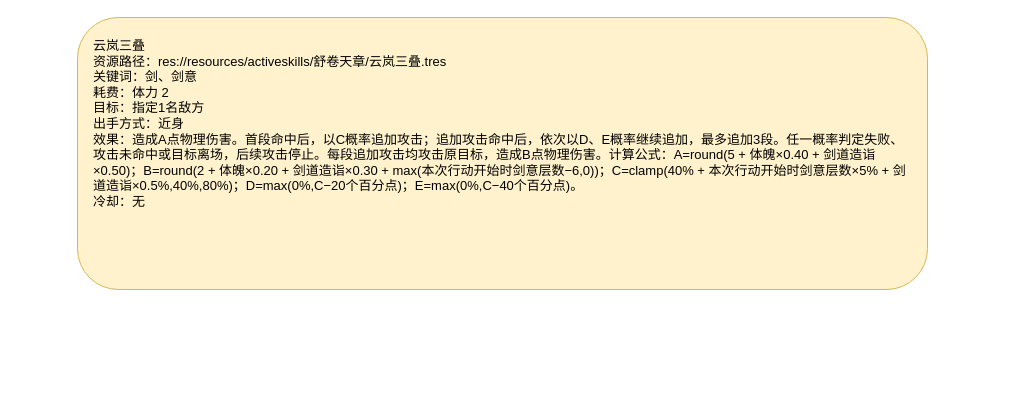
Earlier version of the draw.io diagram page "云岚三叠" (1 of 2) of docs/卡牌词典/秘籍技能/舒卷天章/云岚三叠.drawio (ankundanetracyc-spec/tian-guan-you-du). Source tidied: cells renumbered, new cells numbered last; positions are measured from the earlier drawing's top-left corner, leaving out a move shared by most shapes. Both pictures are drawn from the tidied source at 100%, with x=0, y=0 at pixel (77, 17).
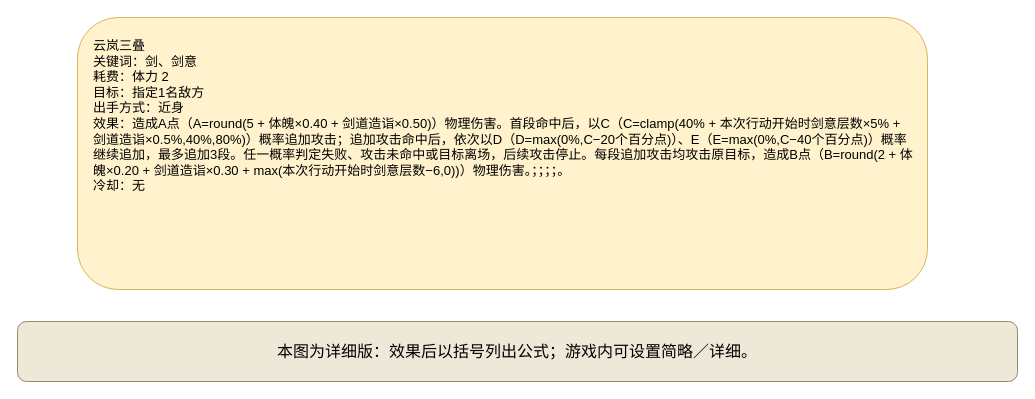
The same page after the edit.

Change to the diagram source:
```diff
@@
 <mxGraphModel>
   <root>
     <mxCell id="0" />
     <mxCell id="1" parent="0" />
-    <mxCell id="2" value="&lt;div style=&quot;text-align:left;&quot;&gt;云岚三叠&lt;br&gt;资源路径：res://resources/activeskills/舒卷天章/云岚三叠.tres&lt;br&gt;关键词：剑、剑意&lt;br&gt;耗费：体力 2&lt;br&gt;目标：指定1名敌方&lt;br&gt;出手方式：近身&lt;br&gt;效果：造成A点物理伤害。首段命中后，以C概率追加攻击；追加攻击命中后，依次以D、E概率继续追加，最多追加3段。任一概率判定失败、攻击未命中或目标离场，后续攻击停止。每段追加攻击均攻击原目标，造成B点物理伤害。计算公式：A=round(5 + 体魄×0.40 + 剑道造诣×0.50)；B=round(2 + 体魄×0.20 + 剑道造诣×0.30 + max(本次行动开始时剑意层数−6,0))；C=clamp(40% + 本次行动开始时剑意层数×5% + 剑道造诣×0.5%,40%,80%)；D=max(0%,C−20个百分点)；E=max(0%,C−40个百分点)。&lt;br&gt;冷却：无&lt;/div&gt;" style="rounded=1;whiteSpace=wrap;html=1;fillColor=#fff2cc;strokeColor=#d6b656;fontSize=13;align=left;verticalAlign=top;spacing=16;" parent="1" vertex="1">
+    <mxCell id="2" value="云岚三叠&#10;关键词：剑、剑意&#10;耗费：体力 2&#10;目标：指定1名敌方&#10;出手方式：近身&#10;效果：造成A点（A=round(5 + 体魄×0.40 + 剑道造诣×0.50)）物理伤害。首段命中后，以C（C=clamp(40% + 本次行动开始时剑意层数×5% + 剑道造诣×0.5%,40%,80%)）概率追加攻击；追加攻击命中后，依次以D（D=max(0%,C−20个百分点)）、E（E=max(0%,C−40个百分点)）概率继续追加，最多追加3段。任一概率判定失败、攻击未命中或目标离场，后续攻击停止。每段追加攻击均攻击原目标，造成B点（B=round(2 + 体魄×0.20 + 剑道造诣×0.30 + max(本次行动开始时剑意层数−6,0))）物理伤害。；；；；。&#10;冷却：无" style="rounded=1;whiteSpace=wrap;html=1;fillColor=#fff2cc;strokeColor=#d6b656;fontSize=13;align=left;verticalAlign=top;spacing=16;" parent="1" vertex="1">
       <mxGeometry width="850" height="272" as="geometry" />
     </mxCell>
+    <mxCell id="3" value="本图为详细版：效果后以括号列出公式；游戏内可设置简略／详细。" style="rounded=1;whiteSpace=wrap;html=1;fillColor=#eee8d8;strokeColor=#9a8967;fontSize=16;" parent="1" vertex="1">
+      <mxGeometry x="-60" y="304" width="1000" height="60" as="geometry" />
+    </mxCell>
   </root>
 </mxGraphModel>
```
